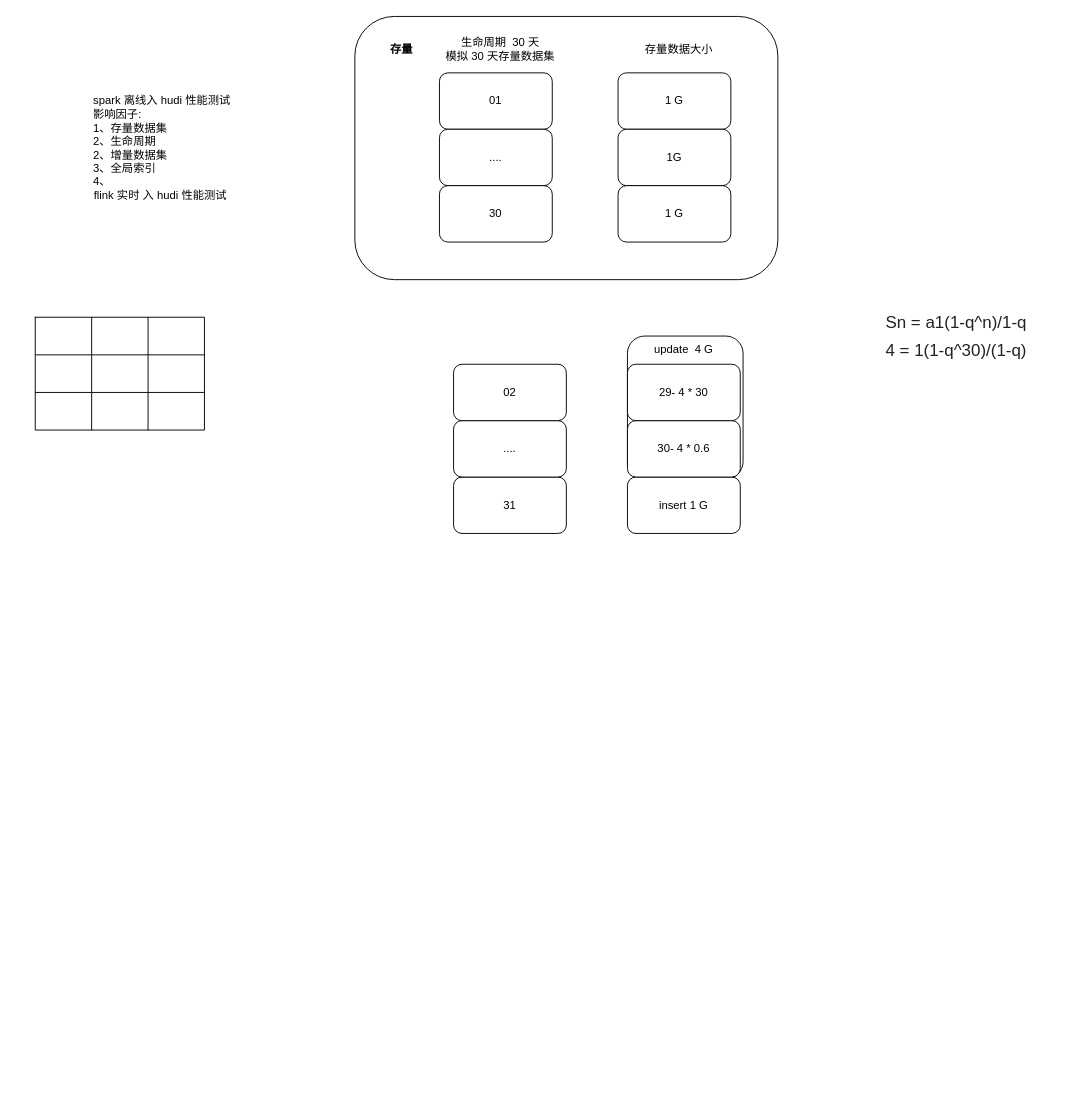
Earlier version of the draw.io diagram HUDI 性能测试.drawio (loukey-lj/WX). Source tidied: cells renumbered, new cells numbered last; positions are measured from the earlier drawing's top-left corner, leaving out a move shared by most shapes. Both pictures are drawn from the tidied source at 94%, with x=0, y=0 at pixel (16, 16).
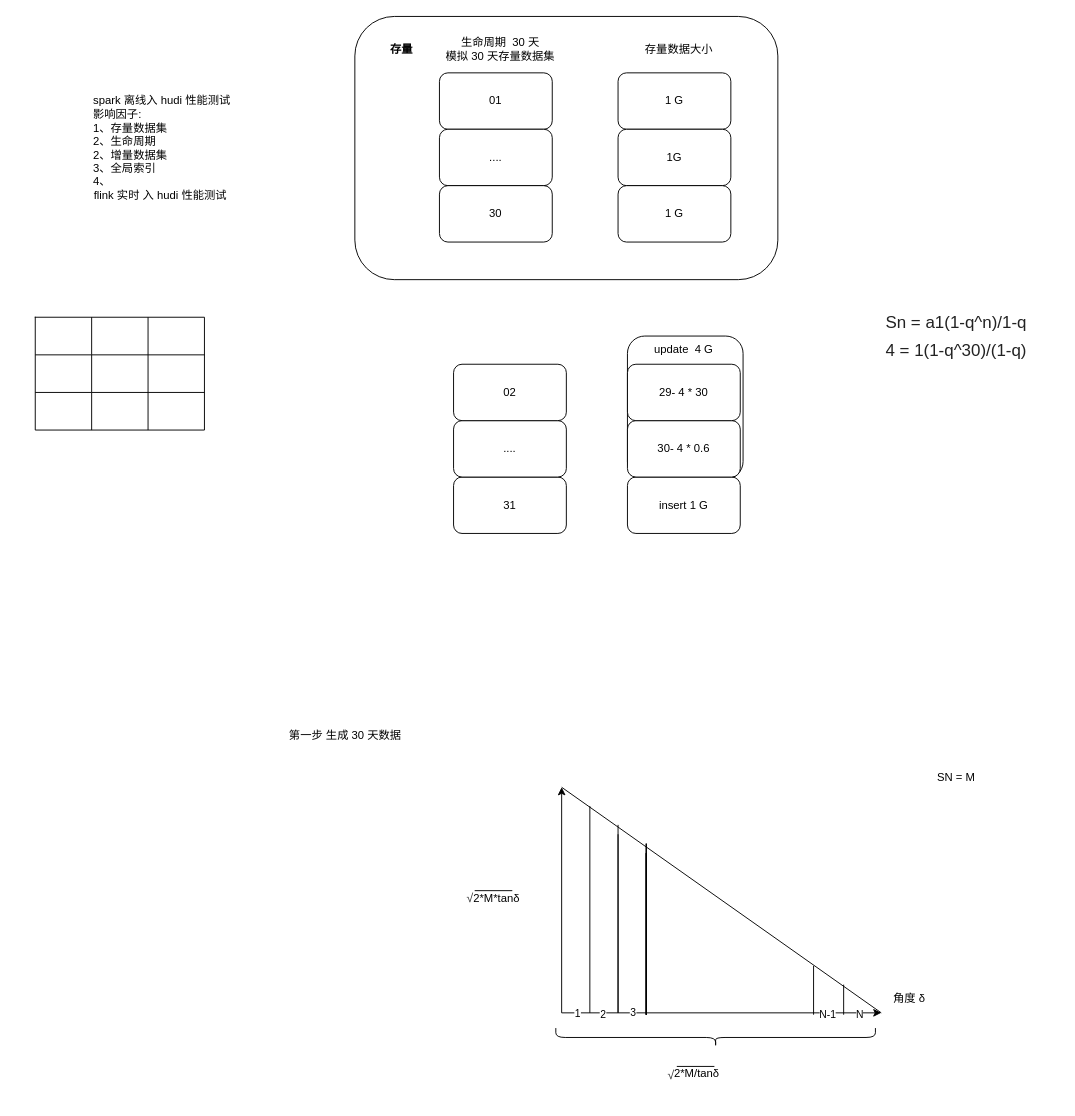
The same diagram, later.

Commit message:
更新HUDI 性能测试.drawio

Change to the diagram source:
```diff
@@
+    <mxCell id="35" value="第一步 生成 30 天数据" style="text;html=1;strokeColor=none;fillColor=none;align=center;verticalAlign=middle;whiteSpace=wrap;rounded=0;" parent="1" vertex="1">
+      <mxGeometry x="120" y="680" width="460" height="170" as="geometry" />
+    </mxCell>
+    <mxCell id="36" style="endArrow=classic;html=1;rounded=0;" parent="1" edge="1">
+      <mxGeometry relative="1" as="geometry">
+        <mxPoint x="580" y="1060" as="sourcePoint" />
+        <mxPoint x="920" y="1060" as="targetPoint" />
+      </mxGeometry>
+    </mxCell>
+    <mxCell id="37" value="1" style="edgeLabel;html=1;align=center;verticalAlign=middle;" parent="36" vertex="1">
+      <mxGeometry x="-0.89" y="-5" relative="1" as="geometry">
+        <mxPoint x="-3" y="-5" as="offset" />
+      </mxGeometry>
+    </mxCell>
+    <mxCell id="38" value="2" style="edgeLabel;html=1;align=center;verticalAlign=middle;" parent="36" vertex="1">
+      <mxGeometry x="-0.75" y="-1" relative="1" as="geometry" />
+    </mxCell>
+    <mxCell id="39" value="3" style="edgeLabel;html=1;align=center;verticalAlign=middle;" parent="36" vertex="1">
+      <mxGeometry x="-0.55" y="-5" relative="1" as="geometry">
+        <mxPoint x="-1" y="-6" as="offset" />
+      </mxGeometry>
+    </mxCell>
+    <mxCell id="40" value="N" style="edgeLabel;html=1;align=center;verticalAlign=middle;" parent="36" vertex="1">
+      <mxGeometry x="0.86" y="-1" relative="1" as="geometry" />
+    </mxCell>
+    <mxCell id="41" value="N-1" style="edgeLabel;html=1;align=center;verticalAlign=middle;" parent="36" vertex="1">
+      <mxGeometry x="0.66" y="-1" relative="1" as="geometry" />
+    </mxCell>
+    <mxCell id="42" style="endArrow=classic;html=1;rounded=0;" parent="1" edge="1">
+      <mxGeometry relative="1" as="geometry">
+        <mxPoint x="580" y="1060" as="sourcePoint" />
+        <mxPoint x="580" y="820" as="targetPoint" />
+      </mxGeometry>
+    </mxCell>
+    <mxCell id="43" style="endArrow=none;html=1;rounded=0;" parent="1" edge="1">
+      <mxGeometry relative="1" as="geometry">
+        <mxPoint x="580" y="820" as="sourcePoint" />
+        <mxPoint x="920" y="1060" as="targetPoint" />
+      </mxGeometry>
+    </mxCell>
+    <mxCell id="44" style="shape=curlyBracket;whiteSpace=wrap;html=1;rounded=1;rotation=-90;" parent="1" vertex="1">
+      <mxGeometry x="733.8" y="916.2" width="20" height="340" as="geometry" />
+    </mxCell>
+    <mxCell id="45" style="endArrow=none;html=1;rounded=0;" parent="1" edge="1">
+      <mxGeometry relative="1" as="geometry">
+        <mxPoint x="610" y="1060" as="sourcePoint" />
+        <mxPoint x="610" y="840" as="targetPoint" />
+      </mxGeometry>
+    </mxCell>
+    <mxCell id="46" style="endArrow=none;html=1;rounded=0;" parent="1" edge="1">
+      <mxGeometry relative="1" as="geometry">
+        <mxPoint x="640" y="1060" as="sourcePoint" />
+        <mxPoint x="640" y="870" as="targetPoint" />
+      </mxGeometry>
+    </mxCell>
+    <mxCell id="47" style="endArrow=none;html=1;rounded=0;" parent="1" edge="1">
+      <mxGeometry relative="1" as="geometry">
+        <mxPoint x="670" y="1062" as="sourcePoint" />
+        <mxPoint x="670" y="890" as="targetPoint" />
+      </mxGeometry>
+    </mxCell>
+    <mxCell id="48" style="endArrow=none;html=1;rounded=0;" parent="1" edge="1">
+      <mxGeometry relative="1" as="geometry">
+        <mxPoint x="640" y="1060" as="sourcePoint" />
+        <mxPoint x="640" y="860" as="targetPoint" />
+      </mxGeometry>
+    </mxCell>
+    <mxCell id="49" style="endArrow=none;html=1;rounded=0;" parent="1" edge="1">
+      <mxGeometry relative="1" as="geometry">
+        <mxPoint x="670" y="1062" as="sourcePoint" />
+        <mxPoint x="670" y="890" as="targetPoint" />
+      </mxGeometry>
+    </mxCell>
+    <mxCell id="50" style="endArrow=none;html=1;rounded=0;" parent="1" edge="1">
+      <mxGeometry relative="1" as="geometry">
+        <mxPoint x="670" y="1062" as="sourcePoint" />
+        <mxPoint x="670" y="880" as="targetPoint" />
+      </mxGeometry>
+    </mxCell>
+    <mxCell id="51" style="endArrow=none;html=1;rounded=0;" parent="1" edge="1">
+      <mxGeometry relative="1" as="geometry">
+        <mxPoint x="670" y="1062" as="sourcePoint" />
+        <mxPoint x="670" y="880" as="targetPoint" />
+      </mxGeometry>
+    </mxCell>
+    <mxCell id="52" style="endArrow=none;html=1;rounded=0;" parent="1" edge="1">
+      <mxGeometry relative="1" as="geometry">
+        <mxPoint x="670" y="1062" as="sourcePoint" />
+        <mxPoint x="670" y="880" as="targetPoint" />
+      </mxGeometry>
+    </mxCell>
+    <mxCell id="53" style="endArrow=none;html=1;rounded=0;" parent="1" edge="1">
+      <mxGeometry relative="1" as="geometry">
+        <mxPoint x="670" y="1062" as="sourcePoint" />
+        <mxPoint x="670" y="890" as="targetPoint" />
+      </mxGeometry>
+    </mxCell>
+    <mxCell id="54" style="endArrow=none;html=1;rounded=0;" parent="1" edge="1">
+      <mxGeometry relative="1" as="geometry">
+        <mxPoint x="880" y="1062" as="sourcePoint" />
+        <mxPoint x="880" y="1030" as="targetPoint" />
+      </mxGeometry>
+    </mxCell>
+    <mxCell id="55" style="endArrow=none;html=1;rounded=0;" parent="1" edge="1">
+      <mxGeometry relative="1" as="geometry">
+        <mxPoint x="848" y="1062" as="sourcePoint" />
+        <mxPoint x="848" y="1010" as="targetPoint" />
+      </mxGeometry>
+    </mxCell>
+    <mxCell id="56" value="角度 δ" style="text;html=1;strokeColor=none;fillColor=none;align=center;verticalAlign=middle;whiteSpace=wrap;rounded=0;" parent="1" vertex="1">
+      <mxGeometry x="920" y="1030" width="60" height="30" as="geometry" />
+    </mxCell>
+    <mxCell id="57" value="2*M/tanδ" style="text;html=1;strokeColor=none;fillColor=none;align=center;verticalAlign=middle;whiteSpace=wrap;rounded=0;" parent="1" vertex="1">
+      <mxGeometry x="694" y="1110" width="60" height="30" as="geometry" />
+    </mxCell>
+    <mxCell id="58" value="&lt;span style=&quot;color: rgb(51, 51, 51); font-family: Arial, sans-serif; font-size: 13px; text-align: start; background-color: rgb(255, 255, 255);&quot;&gt;√&lt;/span&gt;2*M*tanδ" style="text;html=1;strokeColor=none;fillColor=none;align=center;verticalAlign=middle;whiteSpace=wrap;rounded=0;" parent="1" vertex="1">
+      <mxGeometry x="465" y="916" width="85" height="44" as="geometry" />
+    </mxCell>
+    <mxCell id="59" style="endArrow=none;html=1;rounded=0;" parent="1" edge="1">
+      <mxGeometry relative="1" as="geometry">
+        <mxPoint x="487.5" y="930" as="sourcePoint" />
+        <mxPoint x="527.5" y="930" as="targetPoint" />
+      </mxGeometry>
+    </mxCell>
+    <mxCell id="60" value="&lt;span style=&quot;color: rgb(51, 51, 51); font-family: Arial, sans-serif; font-size: 13px; font-style: normal; font-variant-ligatures: normal; font-variant-caps: normal; font-weight: 400; letter-spacing: normal; orphans: 2; text-align: start; text-indent: 0px; text-transform: none; widows: 2; word-spacing: 0px; -webkit-text-stroke-width: 0px; background-color: rgb(255, 255, 255); text-decoration-thickness: initial; text-decoration-style: initial; text-decoration-color: initial; float: none; display: inline !important;&quot;&gt;√&lt;/span&gt;" style="text;whiteSpace=wrap;html=1;" parent="1" vertex="1">
+      <mxGeometry x="691" y="1112" width="40" height="40" as="geometry" />
+    </mxCell>
+    <mxCell id="61" style="endArrow=none;html=1;rounded=0;" parent="1" edge="1">
+      <mxGeometry relative="1" as="geometry">
+        <mxPoint x="702.5" y="1117" as="sourcePoint" />
+        <mxPoint x="742.5" y="1117" as="targetPoint" />
+      </mxGeometry>
+    </mxCell>
+    <mxCell id="62" value="SN = M&lt;br&gt;&lt;br&gt;&amp;nbsp;&amp;nbsp;" style="text;html=1;strokeColor=none;fillColor=none;align=center;verticalAlign=middle;whiteSpace=wrap;rounded=0;" parent="1" vertex="1">
+      <mxGeometry x="930" y="807" width="140" height="33" as="geometry" />
+    </mxCell>
```
